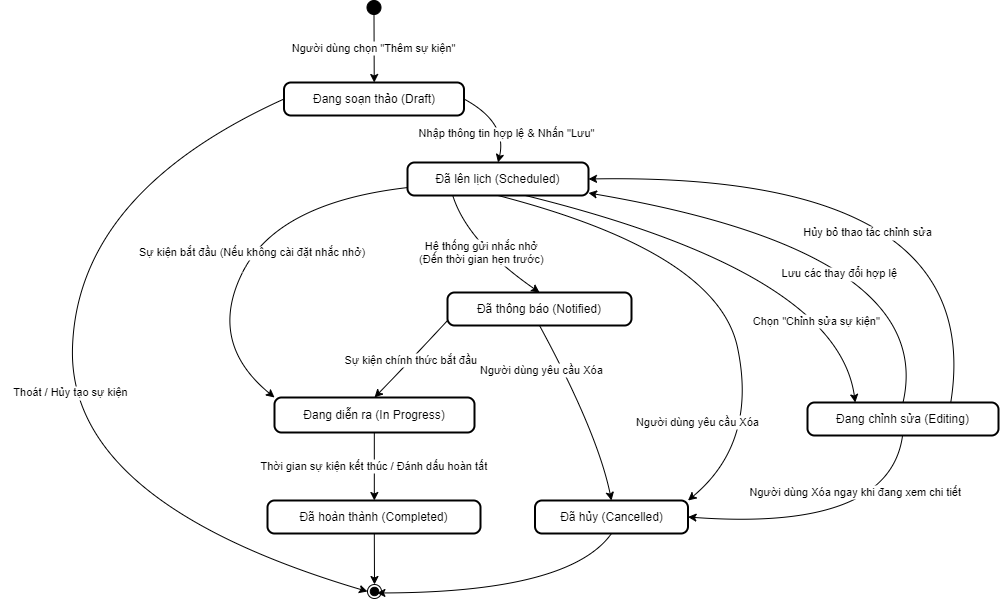
vinhle275/Software_Engineering-Extended keeps this draw.io diagram as LaTex/pictures/statedia.png. Above is the earlier version. Source tidied: cells renumbered, new cells last; positions are measured from the earlier drawing's top-left corner, leaving out a move shared by most shapes. Its diagram source:
```xml
<mxGraphModel>
  <root>
    <mxCell id="0" />
    <mxCell id="1" parent="0" />
    <mxCell id="2" value="Đang soạn thảo (Draft)" style="rounded=1;absoluteArcSize=1;arcSize=14;whiteSpace=wrap;strokeWidth=2;" parent="1" vertex="1">
      <mxGeometry x="216.5" y="82" width="180" height="33" as="geometry" />
    </mxCell>
    <mxCell id="3" value="Đã lên lịch (Scheduled)" style="rounded=1;absoluteArcSize=1;arcSize=14;whiteSpace=wrap;strokeWidth=2;" parent="1" vertex="1">
      <mxGeometry x="340" y="162" width="181" height="33" as="geometry" />
    </mxCell>
    <mxCell id="4" value="Đang chỉnh sửa (Editing)" style="rounded=1;absoluteArcSize=1;arcSize=14;whiteSpace=wrap;strokeWidth=2;" parent="1" vertex="1">
      <mxGeometry x="740" y="402" width="191" height="33" as="geometry" />
    </mxCell>
    <mxCell id="5" value="Đã thông báo (Notified)" style="rounded=1;absoluteArcSize=1;arcSize=14;whiteSpace=wrap;strokeWidth=2;" parent="1" vertex="1">
      <mxGeometry x="380" y="292" width="184" height="33" as="geometry" />
    </mxCell>
    <mxCell id="6" value="Đang diễn ra (In Progress)" style="rounded=1;absoluteArcSize=1;arcSize=14;whiteSpace=wrap;strokeWidth=2;" parent="1" vertex="1">
      <mxGeometry x="207" y="397" width="200" height="35" as="geometry" />
    </mxCell>
    <mxCell id="7" value="Đã hoàn thành (Completed)" style="rounded=1;absoluteArcSize=1;arcSize=14;whiteSpace=wrap;strokeWidth=2;" parent="1" vertex="1">
      <mxGeometry x="200" y="500" width="213" height="33" as="geometry" />
    </mxCell>
    <mxCell id="8" value="Đã hủy (Cancelled)" style="rounded=1;absoluteArcSize=1;arcSize=14;whiteSpace=wrap;strokeWidth=2;" parent="1" vertex="1">
      <mxGeometry x="467.5" y="500" width="153" height="33" as="geometry" />
    </mxCell>
    <mxCell id="9" style="ellipse;fillColor=strokeColor;" parent="1" vertex="1">
      <mxGeometry x="299.5" width="14" height="14" as="geometry" />
    </mxCell>
    <mxCell id="10" style="ellipse;shape=endState;fillColor=strokeColor;" parent="1" vertex="1">
      <mxGeometry x="300" y="584" width="14" height="14" as="geometry" />
    </mxCell>
    <mxCell id="11" value="Người dùng chọn &quot;Thêm sự kiện&quot;" style="curved=1;startArrow=none;exitX=0.5162675040108817;exitY=1;entryX=0.5012652503119575;entryY=0.012121200561523438;rounded=0;" parent="1" edge="1" source="9" target="2">
      <mxGeometry relative="1" as="geometry" />
    </mxCell>
    <mxCell id="12" value="Nhập thông tin hợp lệ &amp; Nhấn &quot;Lưu&quot;" style="curved=1;startArrow=none;exitX=1;exitY=0.5;entryX=0.5002310315548386;entryY=0.006060629179983428;rounded=0;exitDx=0;exitDy=0;" parent="1" edge="1" source="2" target="3">
      <mxGeometry x="0.31" y="2" relative="1" as="geometry">
        <Array as="points">
          <mxPoint x="440" y="122" />
        </Array>
      </mxGeometry>
    </mxCell>
    <mxCell id="13" value="Thoát / Hủy tạo sự kiện" style="curved=1;startArrow=none;exitX=0;exitY=0.5;entryX=-0.01305743626185826;entryY=0.4033451252566595;rounded=0;exitDx=0;exitDy=0;" parent="1" edge="1" source="2" target="10">
      <mxGeometry relative="1" as="geometry">
        <Array as="points">
          <mxPoint x="10" y="192" />
          <mxPoint y="502" />
        </Array>
      </mxGeometry>
    </mxCell>
    <mxCell id="14" value="Chọn &quot;Chỉnh sửa sự kiện&quot;" style="curved=1;startArrow=none;exitX=0.6564843824621135;exitY=1.0181818875399502;entryX=0.25;entryY=0;rounded=0;entryDx=0;entryDy=0;" parent="1" edge="1" source="3" target="4">
      <mxGeometry x="0.63" y="-27" relative="1" as="geometry">
        <Array as="points">
          <mxPoint x="770" y="272" />
        </Array>
      </mxGeometry>
    </mxCell>
    <mxCell id="15" value="Lưu các thay đổi hợp lệ" style="curved=1;startArrow=none;exitX=0.5;exitY=0;entryX=1;entryY=0.924;rounded=0;exitDx=0;exitDy=0;entryDx=0;entryDy=0;entryPerimeter=0;" parent="1" edge="1" source="4" target="3">
      <mxGeometry x="-0.02" y="37" relative="1" as="geometry">
        <Array as="points">
          <mxPoint x="870" y="252" />
        </Array>
      </mxGeometry>
    </mxCell>
    <mxCell id="16" value="Hủy bỏ thao tác chỉnh sửa" style="curved=1;startArrow=none;exitX=0.75;exitY=0;entryX=1;entryY=0.5;rounded=0;entryDx=0;entryDy=0;exitDx=0;exitDy=0;" parent="1" edge="1" source="4" target="3">
      <mxGeometry x="0.12" y="58" relative="1" as="geometry">
        <Array as="points">
          <mxPoint x="920" y="172" />
        </Array>
      </mxGeometry>
    </mxCell>
    <mxCell id="17" value="Hệ thống gửi nhắc nhở &#10;(Đến thời gian hẹn trước)" style="curved=1;startArrow=none;exitX=0.25;exitY=1;entryX=0.5004246753195057;entryY=5.779844341856061e-8;rounded=0;exitDx=0;exitDy=0;" parent="1" edge="1" source="3" target="5">
      <mxGeometry relative="1" as="geometry">
        <Array as="points">
          <mxPoint x="400" y="242" />
        </Array>
      </mxGeometry>
    </mxCell>
    <mxCell id="18" value="Sự kiện chính thức bắt đầu" style="curved=1;startArrow=none;exitX=-0.0006962651791779891;exitY=0.8499287801992137;entryX=0.5;entryY=0;rounded=0;entryDx=0;entryDy=0;" parent="1" edge="1" source="5" target="6">
      <mxGeometry relative="1" as="geometry">
        <Array as="points">
          <mxPoint x="342" y="361" />
        </Array>
      </mxGeometry>
    </mxCell>
    <mxCell id="19" value="Sự kiện bắt đầu (Nếu không cài đặt nhắc nhở)" style="curved=1;startArrow=none;exitX=-0.0005977061571995856;exitY=0.7599447532557287;entryX=0;entryY=0;rounded=0;entryDx=0;entryDy=0;" parent="1" edge="1" source="3" target="6">
      <mxGeometry relative="1" as="geometry">
        <Array as="points">
          <mxPoint x="210" y="202" />
          <mxPoint x="140" y="342" />
        </Array>
      </mxGeometry>
    </mxCell>
    <mxCell id="20" value="Thời gian sự kiện kết thúc / Đánh dấu hoàn tất" style="curved=1;startArrow=none;exitX=0.49908597946166994;exitY=0.9942858014787946;entryX=0.5014891825931173;entryY=0.0060606869784268465;rounded=0;" parent="1" edge="1" source="6" target="7">
      <mxGeometry relative="1" as="geometry" />
    </mxCell>
    <mxCell id="21" value="Người dùng yêu cầu Xóa" style="curved=1;startArrow=none;exitX=0.5;exitY=1;entryX=1;entryY=0;rounded=0;entryDx=0;entryDy=0;exitDx=0;exitDy=0;" parent="1" edge="1" source="3" target="8">
      <mxGeometry x="0.78" y="-54" relative="1" as="geometry">
        <Array as="points">
          <mxPoint x="650" y="252" />
          <mxPoint x="690" y="442" />
        </Array>
      </mxGeometry>
    </mxCell>
    <mxCell id="22" value="Người dùng yêu cầu Xóa" style="curved=1;startArrow=none;exitX=0.5;exitY=1;entryX=0.5;entryY=0;rounded=0;entryDx=0;entryDy=0;exitDx=0;exitDy=0;" parent="1" edge="1" source="5" target="8">
      <mxGeometry x="-0.61" y="-19" relative="1" as="geometry">
        <Array as="points">
          <mxPoint x="530" y="432" />
        </Array>
      </mxGeometry>
    </mxCell>
    <mxCell id="23" value="Người dùng Xóa ngay khi đang xem chi tiết" style="curved=1;startArrow=none;exitX=0.4976276976899951;exitY=1.0121213161584102;entryX=1;entryY=0.5;rounded=0;entryDx=0;entryDy=0;" parent="1" edge="1" source="4" target="8">
      <mxGeometry x="-0.12" y="-37" relative="1" as="geometry">
        <Array as="points">
          <mxPoint x="822" y="531" />
        </Array>
      </mxGeometry>
    </mxCell>
    <mxCell id="24" style="curved=1;startArrow=none;exitX=0.5014891825931173;exitY=1.0181819453383938;entryX=0.48694256373814176;entryY=-0.028571128845214844;rounded=0;" parent="1" edge="1" source="7" target="10">
      <mxGeometry relative="1" as="geometry" />
    </mxCell>
    <mxCell id="25" style="curved=1;startArrow=none;exitX=0.5;exitY=1;entryX=0.673;entryY=0.604;rounded=0;entryDx=0;entryDy=0;entryPerimeter=0;exitDx=0;exitDy=0;" parent="1" edge="1" source="8" target="10">
      <mxGeometry relative="1" as="geometry">
        <Array as="points">
          <mxPoint x="502" y="592" />
        </Array>
      </mxGeometry>
    </mxCell>
  </root>
</mxGraphModel>
```
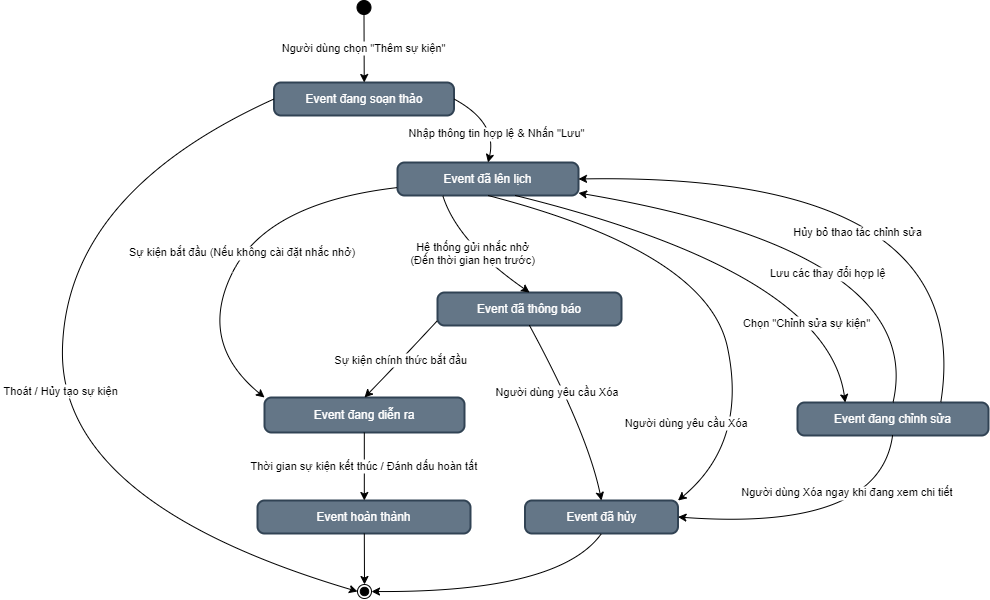
After the change.

Diff of the diagram source:
```diff
@@ -2,25 +2,25 @@
   <root>
     <mxCell id="0" />
     <mxCell id="1" parent="0" />
-    <mxCell id="2" value="Đang soạn thảo (Draft)" style="rounded=1;absoluteArcSize=1;arcSize=14;whiteSpace=wrap;strokeWidth=2;" parent="1" vertex="1">
+    <mxCell id="2" value="Event đang soạn thảo" style="rounded=1;absoluteArcSize=1;arcSize=14;whiteSpace=wrap;strokeWidth=2;fillColor=#647687;strokeColor=#314354;fontColor=#ffffff;" parent="1" vertex="1">
       <mxGeometry x="216.5" y="82" width="180" height="33" as="geometry" />
     </mxCell>
-    <mxCell id="3" value="Đã lên lịch (Scheduled)" style="rounded=1;absoluteArcSize=1;arcSize=14;whiteSpace=wrap;strokeWidth=2;" parent="1" vertex="1">
+    <mxCell id="3" value="Event đã lên lịch" style="rounded=1;absoluteArcSize=1;arcSize=14;whiteSpace=wrap;strokeWidth=2;fillColor=#647687;fontColor=#ffffff;strokeColor=#314354;" parent="1" vertex="1">
       <mxGeometry x="340" y="162" width="181" height="33" as="geometry" />
     </mxCell>
-    <mxCell id="4" value="Đang chỉnh sửa (Editing)" style="rounded=1;absoluteArcSize=1;arcSize=14;whiteSpace=wrap;strokeWidth=2;" parent="1" vertex="1">
+    <mxCell id="4" value="Event đang chỉnh sửa" style="rounded=1;absoluteArcSize=1;arcSize=14;whiteSpace=wrap;strokeWidth=2;fillColor=#647687;fontColor=#ffffff;strokeColor=#314354;" parent="1" vertex="1">
       <mxGeometry x="740" y="402" width="191" height="33" as="geometry" />
     </mxCell>
-    <mxCell id="5" value="Đã thông báo (Notified)" style="rounded=1;absoluteArcSize=1;arcSize=14;whiteSpace=wrap;strokeWidth=2;" parent="1" vertex="1">
+    <mxCell id="5" value="Event đã thông báo" style="rounded=1;absoluteArcSize=1;arcSize=14;whiteSpace=wrap;strokeWidth=2;fillColor=#647687;fontColor=#ffffff;strokeColor=#314354;" parent="1" vertex="1">
       <mxGeometry x="380" y="292" width="184" height="33" as="geometry" />
     </mxCell>
-    <mxCell id="6" value="Đang diễn ra (In Progress)" style="rounded=1;absoluteArcSize=1;arcSize=14;whiteSpace=wrap;strokeWidth=2;" parent="1" vertex="1">
+    <mxCell id="6" value="Event đang diễn ra" style="rounded=1;absoluteArcSize=1;arcSize=14;whiteSpace=wrap;strokeWidth=2;fillColor=#647687;fontColor=#ffffff;strokeColor=#314354;" parent="1" vertex="1">
       <mxGeometry x="207" y="397" width="200" height="35" as="geometry" />
     </mxCell>
-    <mxCell id="7" value="Đã hoàn thành (Completed)" style="rounded=1;absoluteArcSize=1;arcSize=14;whiteSpace=wrap;strokeWidth=2;" parent="1" vertex="1">
+    <mxCell id="7" value="Event hoàn thành" style="rounded=1;absoluteArcSize=1;arcSize=14;whiteSpace=wrap;strokeWidth=2;fillColor=#647687;fontColor=#ffffff;strokeColor=#314354;" parent="1" vertex="1">
       <mxGeometry x="200" y="500" width="213" height="33" as="geometry" />
     </mxCell>
-    <mxCell id="8" value="Đã hủy (Cancelled)" style="rounded=1;absoluteArcSize=1;arcSize=14;whiteSpace=wrap;strokeWidth=2;" parent="1" vertex="1">
+    <mxCell id="8" value="Event đã hủy" style="rounded=1;absoluteArcSize=1;arcSize=14;whiteSpace=wrap;strokeWidth=2;fillColor=#647687;fontColor=#ffffff;strokeColor=#314354;" parent="1" vertex="1">
       <mxGeometry x="467.5" y="500" width="153" height="33" as="geometry" />
     </mxCell>
     <mxCell id="9" style="ellipse;fillColor=strokeColor;" parent="1" vertex="1">
@@ -102,7 +102,7 @@
       </mxGeometry>
     </mxCell>
     <mxCell id="22" value="Người dùng yêu cầu Xóa" style="curved=1;startArrow=none;exitX=0.5;exitY=1;entryX=0.5;entryY=0;rounded=0;entryDx=0;entryDy=0;exitDx=0;exitDy=0;" parent="1" edge="1" source="5" target="8">
-      <mxGeometry x="-0.61" y="-19" relative="1" as="geometry">
+      <mxGeometry x="-0.24" y="-7" relative="1" as="geometry">
         <Array as="points">
           <mxPoint x="530" y="432" />
         </Array>
@@ -118,7 +118,7 @@
     <mxCell id="24" style="curved=1;startArrow=none;exitX=0.5014891825931173;exitY=1.0181819453383938;entryX=0.48694256373814176;entryY=-0.028571128845214844;rounded=0;" parent="1" edge="1" source="7" target="10">
       <mxGeometry relative="1" as="geometry" />
     </mxCell>
-    <mxCell id="25" style="curved=1;startArrow=none;exitX=0.5;exitY=1;entryX=0.673;entryY=0.604;rounded=0;entryDx=0;entryDy=0;entryPerimeter=0;exitDx=0;exitDy=0;" parent="1" edge="1" source="8" target="10">
+    <mxCell id="25" style="curved=1;startArrow=none;exitX=0.5;exitY=1;rounded=0;exitDx=0;exitDy=0;entryX=1;entryY=0.5;entryDx=0;entryDy=0;" parent="1" edge="1" source="8" target="10">
       <mxGeometry relative="1" as="geometry">
         <Array as="points">
           <mxPoint x="502" y="592" />
```
